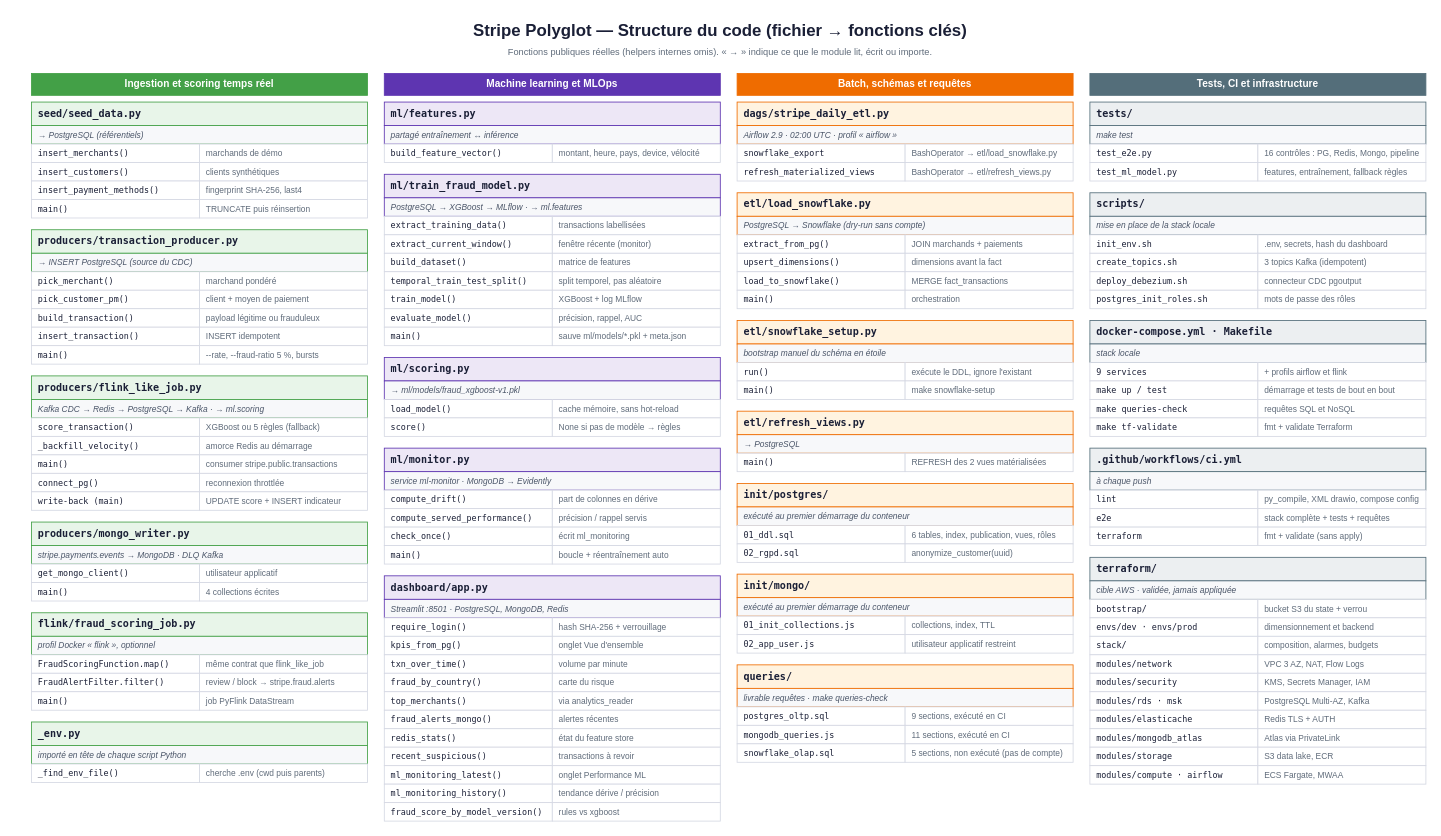
Above: presentation/stripe_code_structure.drawio in PDUCLOS/BLOC2-STRIPE (draw.io), before the change. Source tidied: cells renumbered, new cells numbered last; positions are measured from the earlier drawing's top-left corner, leaving out a move shared by most shapes. Both pictures are drawn from the tidied source at 84%, with x=0, y=0 at pixel (14, 14).
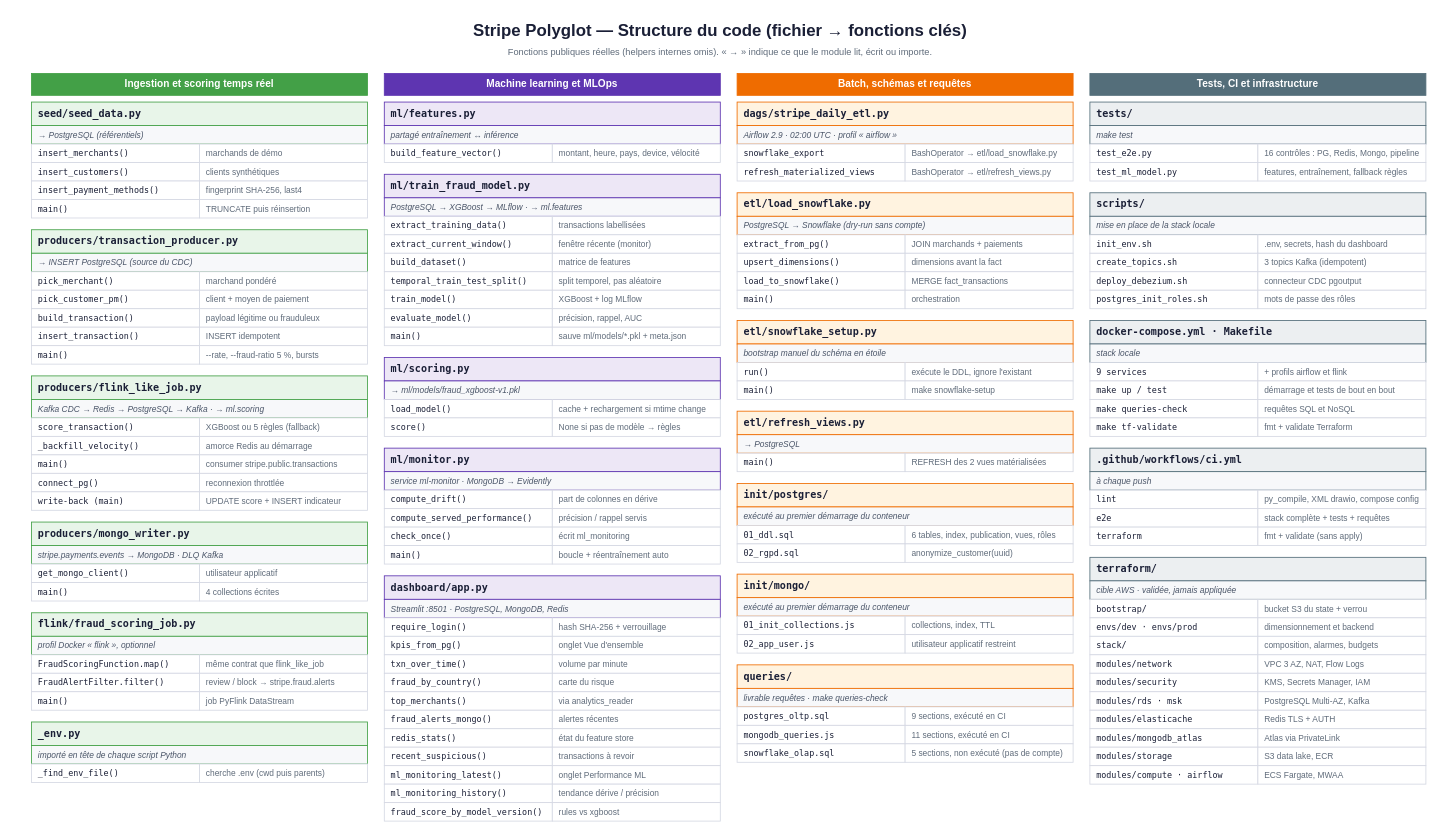
The same page after the edit.

Commit message (it also covers changes not shown here):
Corrige la description du rechargement du modèle et tient le speech en 5 minutes

Change to the diagram source:
```diff
@@
-    <mxCell id="81" value="cache mémoire, sans hot-reload" style="rounded=0;whiteSpace=wrap;html=1;fillColor=#ffffff;strokeColor=#d5d8e3;fontSize=10;fontColor=#5f6b7a;align=left;verticalAlign=middle;arcSize=6;fontStyle=0;spacingLeft=6;spacingRight=6;" parent="1" vertex="1">
+    <mxCell id="81" value="cache + rechargement si mtime change" style="rounded=0;whiteSpace=wrap;html=1;fillColor=#ffffff;strokeColor=#d5d8e3;fontSize=10;fontColor=#5f6b7a;align=left;verticalAlign=middle;arcSize=6;fontStyle=0;spacingLeft=6;spacingRight=6;" parent="1" vertex="1">
       <mxGeometry x="640" y="458" width="200" height="22" as="geometry" />
     </mxCell>
```
